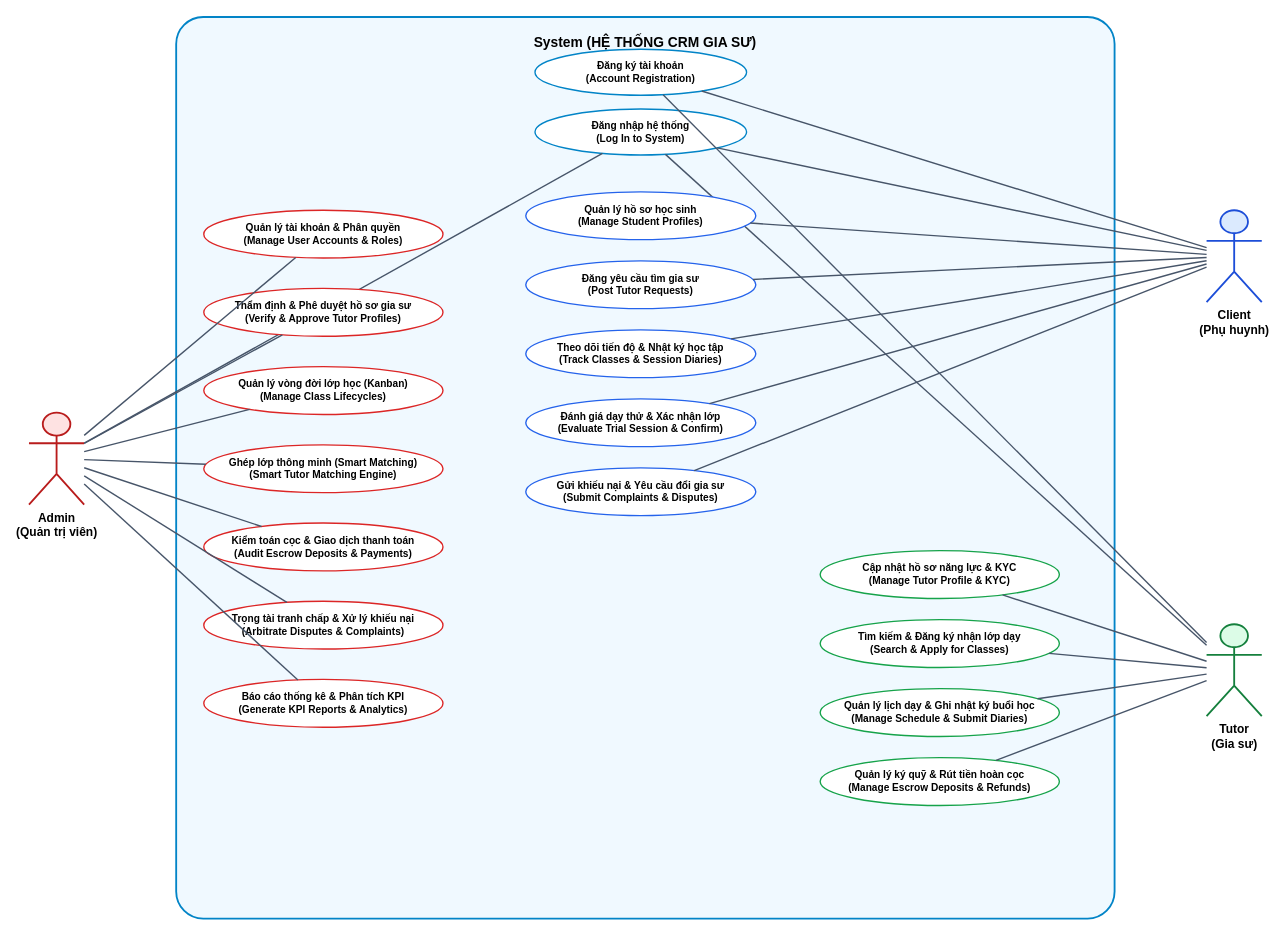
Earlier version of the draw.io diagram BieuDo_UseCase_TongQuat_CRMGiaSu.drawio (dung-0109/DATN_CRM_GIA_SU). Source tidied: cells renumbered, new cells numbered last; positions are measured from the earlier drawing's top-left corner, leaving out a move shared by most shapes. Both pictures are drawn from the tidied source at 92%, with x=0, y=0 at pixel (29, 17).
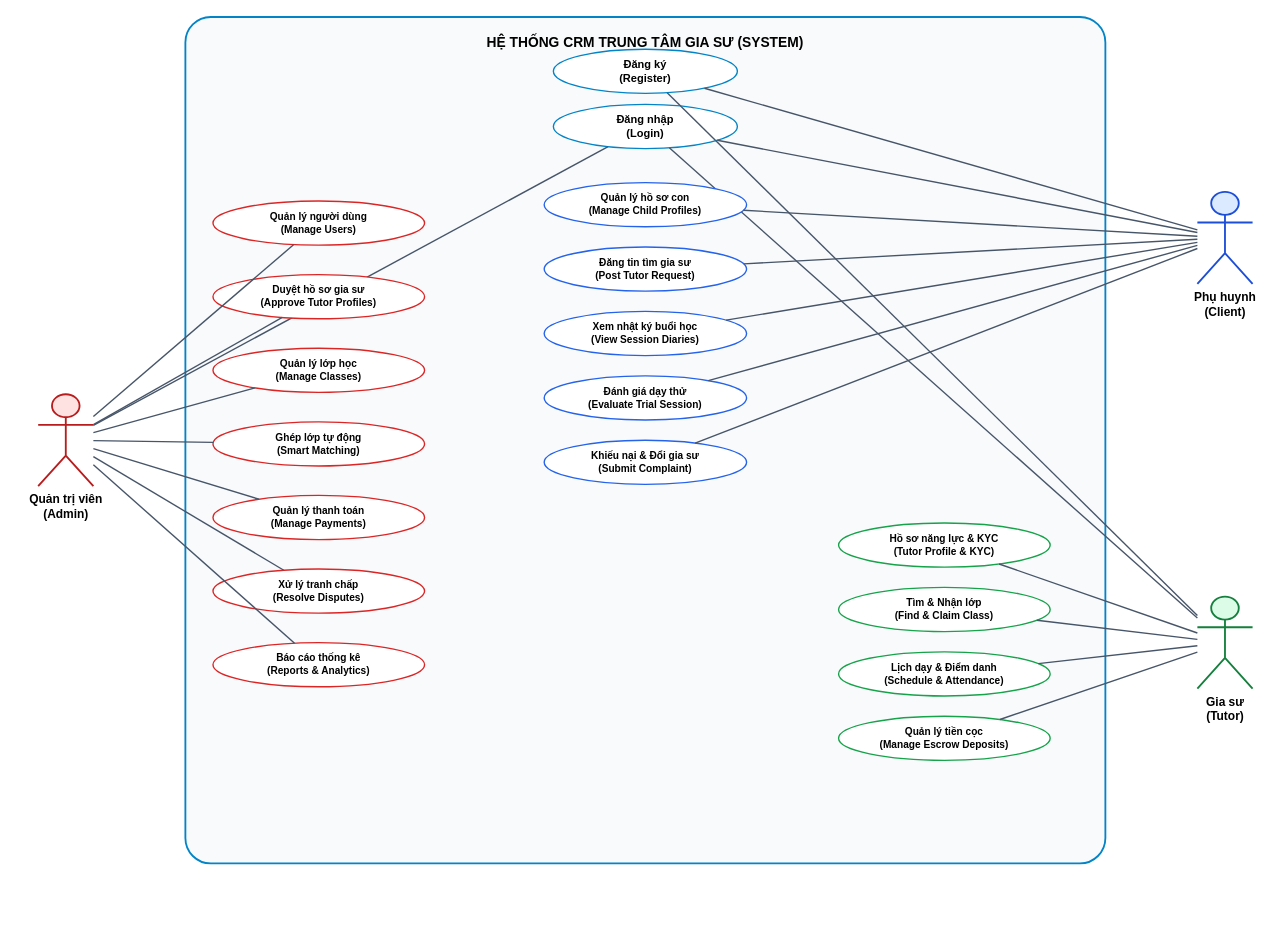
Above is the later version.

Commit message (it also covers changes not shown here):
refactor: tinh gon ten cac Use Case ngan gon, truc dien va de hieu

The edit, as a diff of the source:
```diff
@@
-    <mxCell id="2" value="System (HỆ THỐNG CRM GIA SƯ)" style="rounded=1;whiteSpace=wrap;html=1;arcSize=3;align=center;verticalAlign=top;fontSize=15;fontStyle=1;spacingTop=12;fillColor=#f0f9ff;strokeColor=#0284c7;strokeWidth=2;" parent="1" vertex="1">
-      <mxGeometry x="160" width="1020" height="980" as="geometry" />
+    <mxCell id="2" value="HỆ THỐNG CRM TRUNG TÂM GIA SƯ (SYSTEM)" style="rounded=1;whiteSpace=wrap;html=1;arcSize=3;align=center;verticalAlign=top;fontSize=15;fontStyle=1;spacingTop=12;fillColor=#f8fafc;strokeColor=#0284c7;strokeWidth=2;" parent="1" vertex="1">
+      <mxGeometry x="170" width="1000" height="920" as="geometry" />
     </mxCell>
-    <mxCell id="3" value="Admin&#10;(Quản trị viên)" style="shape=umlActor;verticalLabelPosition=bottom;verticalAlign=top;html=1;outlineConnect=0;fontStyle=1;fontSize=13;fillColor=#fee2e2;strokeColor=#b91c1c;strokeWidth=2;" parent="1" vertex="1">
-      <mxGeometry y="430" width="60" height="100" as="geometry" />
+    <mxCell id="3" value="Quản trị viên&#10;(Admin)" style="shape=umlActor;verticalLabelPosition=bottom;verticalAlign=top;html=1;outlineConnect=0;fontStyle=1;fontSize=13;fillColor=#fee2e2;strokeColor=#b91c1c;strokeWidth=2;" parent="1" vertex="1">
+      <mxGeometry x="10" y="410" width="60" height="100" as="geometry" />
     </mxCell>
-    <mxCell id="4" value="Client&#10;(Phụ huynh)" style="shape=umlActor;verticalLabelPosition=bottom;verticalAlign=top;html=1;outlineConnect=0;fontStyle=1;fontSize=13;fillColor=#dbeafe;strokeColor=#1d4ed8;strokeWidth=2;" parent="1" vertex="1">
-      <mxGeometry x="1280" y="210" width="60" height="100" as="geometry" />
+    <mxCell id="4" value="Phụ huynh&#10;(Client)" style="shape=umlActor;verticalLabelPosition=bottom;verticalAlign=top;html=1;outlineConnect=0;fontStyle=1;fontSize=13;fillColor=#dbeafe;strokeColor=#1d4ed8;strokeWidth=2;" parent="1" vertex="1">
+      <mxGeometry x="1270" y="190" width="60" height="100" as="geometry" />
     </mxCell>
-    <mxCell id="5" value="Tutor&#10;(Gia sư)" style="shape=umlActor;verticalLabelPosition=bottom;verticalAlign=top;html=1;outlineConnect=0;fontStyle=1;fontSize=13;fillColor=#dcfce7;strokeColor=#15803d;strokeWidth=2;" parent="1" vertex="1">
-      <mxGeometry x="1280" y="660" width="60" height="100" as="geometry" />
+    <mxCell id="5" value="Gia sư&#10;(Tutor)" style="shape=umlActor;verticalLabelPosition=bottom;verticalAlign=top;html=1;outlineConnect=0;fontStyle=1;fontSize=13;fillColor=#dcfce7;strokeColor=#15803d;strokeWidth=2;" parent="1" vertex="1">
+      <mxGeometry x="1270" y="630" width="60" height="100" as="geometry" />
     </mxCell>
-    <mxCell id="6" value="Đăng ký tài khoản&#10;(Account Registration)" style="ellipse;whiteSpace=wrap;html=1;fontSize=11;fontStyle=1;fillColor=#ffffff;strokeColor=#0284c7;strokeWidth=1.5;" parent="1" vertex="1">
-      <mxGeometry x="550" y="35" width="230" height="50" as="geometry" />
+    <mxCell id="6" value="Đăng ký&#10;(Register)" style="ellipse;whiteSpace=wrap;html=1;fontSize=12;fontStyle=1;fillColor=#ffffff;strokeColor=#0284c7;strokeWidth=1.5;" parent="1" vertex="1">
+      <mxGeometry x="570" y="35" width="200" height="48" as="geometry" />
     </mxCell>
-    <mxCell id="7" value="Đăng nhập hệ thống&#10;(Log In to System)" style="ellipse;whiteSpace=wrap;html=1;fontSize=11;fontStyle=1;fillColor=#ffffff;strokeColor=#0284c7;strokeWidth=1.5;" parent="1" vertex="1">
-      <mxGeometry x="550" y="100" width="230" height="50" as="geometry" />
+    <mxCell id="7" value="Đăng nhập&#10;(Login)" style="ellipse;whiteSpace=wrap;html=1;fontSize=12;fontStyle=1;fillColor=#ffffff;strokeColor=#0284c7;strokeWidth=1.5;" parent="1" vertex="1">
+      <mxGeometry x="570" y="95" width="200" height="48" as="geometry" />
     </mxCell>
@@
-    <mxCell id="13" value="Quản lý tài khoản &amp;amp; Phân quyền&#10;(Manage User Accounts &amp;amp; Roles)" style="ellipse;whiteSpace=wrap;html=1;fontSize=11;fontStyle=1;fillColor=#ffffff;strokeColor=#dc2626;strokeWidth=1.5;" parent="1" vertex="1">
-      <mxGeometry x="190" y="210" width="260" height="52" as="geometry" />
+    <mxCell id="13" value="Quản lý người dùng&#10;(Manage Users)" style="ellipse;whiteSpace=wrap;html=1;fontSize=11;fontStyle=1;fillColor=#ffffff;strokeColor=#dc2626;strokeWidth=1.5;" parent="1" vertex="1">
+      <mxGeometry x="200" y="200" width="230" height="48" as="geometry" />
     </mxCell>
-    <mxCell id="14" value="Thẩm định &amp;amp; Phê duyệt hồ sơ gia sư&#10;(Verify &amp;amp; Approve Tutor Profiles)" style="ellipse;whiteSpace=wrap;html=1;fontSize=11;fontStyle=1;fillColor=#ffffff;strokeColor=#dc2626;strokeWidth=1.5;" parent="1" vertex="1">
-      <mxGeometry x="190" y="295" width="260" height="52" as="geometry" />
+    <mxCell id="14" value="Duyệt hồ sơ gia sư&#10;(Approve Tutor Profiles)" style="ellipse;whiteSpace=wrap;html=1;fontSize=11;fontStyle=1;fillColor=#ffffff;strokeColor=#dc2626;strokeWidth=1.5;" parent="1" vertex="1">
+      <mxGeometry x="200" y="280" width="230" height="48" as="geometry" />
     </mxCell>
-    <mxCell id="15" value="Quản lý vòng đời lớp học (Kanban)&#10;(Manage Class Lifecycles)" style="ellipse;whiteSpace=wrap;html=1;fontSize=11;fontStyle=1;fillColor=#ffffff;strokeColor=#dc2626;strokeWidth=1.5;" parent="1" vertex="1">
-      <mxGeometry x="190" y="380" width="260" height="52" as="geometry" />
+    <mxCell id="15" value="Quản lý lớp học&#10;(Manage Classes)" style="ellipse;whiteSpace=wrap;html=1;fontSize=11;fontStyle=1;fillColor=#ffffff;strokeColor=#dc2626;strokeWidth=1.5;" parent="1" vertex="1">
+      <mxGeometry x="200" y="360" width="230" height="48" as="geometry" />
     </mxCell>
-    <mxCell id="16" value="Ghép lớp thông minh (Smart Matching)&#10;(Smart Tutor Matching Engine)" style="ellipse;whiteSpace=wrap;html=1;fontSize=11;fontStyle=1;fillColor=#ffffff;strokeColor=#dc2626;strokeWidth=1.5;" parent="1" vertex="1">
-      <mxGeometry x="190" y="465" width="260" height="52" as="geometry" />
+    <mxCell id="16" value="Ghép lớp tự động&#10;(Smart Matching)" style="ellipse;whiteSpace=wrap;html=1;fontSize=11;fontStyle=1;fillColor=#ffffff;strokeColor=#dc2626;strokeWidth=1.5;" parent="1" vertex="1">
+      <mxGeometry x="200" y="440" width="230" height="48" as="geometry" />
     </mxCell>
-    <mxCell id="17" value="Kiểm toán cọc &amp;amp; Giao dịch thanh toán&#10;(Audit Escrow Deposits &amp;amp; Payments)" style="ellipse;whiteSpace=wrap;html=1;fontSize=11;fontStyle=1;fillColor=#ffffff;strokeColor=#dc2626;strokeWidth=1.5;" parent="1" vertex="1">
-      <mxGeometry x="190" y="550" width="260" height="52" as="geometry" />
+    <mxCell id="17" value="Quản lý thanh toán&#10;(Manage Payments)" style="ellipse;whiteSpace=wrap;html=1;fontSize=11;fontStyle=1;fillColor=#ffffff;strokeColor=#dc2626;strokeWidth=1.5;" parent="1" vertex="1">
+      <mxGeometry x="200" y="520" width="230" height="48" as="geometry" />
     </mxCell>
-    <mxCell id="18" value="Trọng tài tranh chấp &amp;amp; Xử lý khiếu nại&#10;(Arbitrate Disputes &amp;amp; Complaints)" style="ellipse;whiteSpace=wrap;html=1;fontSize=11;fontStyle=1;fillColor=#ffffff;strokeColor=#dc2626;strokeWidth=1.5;" parent="1" vertex="1">
-      <mxGeometry x="190" y="635" width="260" height="52" as="geometry" />
+    <mxCell id="18" value="Xử lý tranh chấp&#10;(Resolve Disputes)" style="ellipse;whiteSpace=wrap;html=1;fontSize=11;fontStyle=1;fillColor=#ffffff;strokeColor=#dc2626;strokeWidth=1.5;" parent="1" vertex="1">
+      <mxGeometry x="200" y="600" width="230" height="48" as="geometry" />
     </mxCell>
-    <mxCell id="19" value="Báo cáo thống kê &amp;amp; Phân tích KPI&#10;(Generate KPI Reports &amp;amp; Analytics)" style="ellipse;whiteSpace=wrap;html=1;fontSize=11;fontStyle=1;fillColor=#ffffff;strokeColor=#dc2626;strokeWidth=1.5;" parent="1" vertex="1">
-      <mxGeometry x="190" y="720" width="260" height="52" as="geometry" />
+    <mxCell id="19" value="Báo cáo thống kê&#10;(Reports &amp;amp; Analytics)" style="ellipse;whiteSpace=wrap;html=1;fontSize=11;fontStyle=1;fillColor=#ffffff;strokeColor=#dc2626;strokeWidth=1.5;" parent="1" vertex="1">
+      <mxGeometry x="200" y="680" width="230" height="48" as="geometry" />
     </mxCell>
@@
-    <mxCell id="27" value="Quản lý hồ sơ học sinh&#10;(Manage Student Profiles)" style="ellipse;whiteSpace=wrap;html=1;fontSize=11;fontStyle=1;fillColor=#ffffff;strokeColor=#2563eb;strokeWidth=1.5;" parent="1" vertex="1">
-      <mxGeometry x="540" y="190" width="250" height="52" as="geometry" />
+    <mxCell id="27" value="Quản lý hồ sơ con&#10;(Manage Child Profiles)" style="ellipse;whiteSpace=wrap;html=1;fontSize=11;fontStyle=1;fillColor=#ffffff;strokeColor=#2563eb;strokeWidth=1.5;" parent="1" vertex="1">
+      <mxGeometry x="560" y="180" width="220" height="48" as="geometry" />
     </mxCell>
-    <mxCell id="28" value="Đăng yêu cầu tìm gia sư&#10;(Post Tutor Requests)" style="ellipse;whiteSpace=wrap;html=1;fontSize=11;fontStyle=1;fillColor=#ffffff;strokeColor=#2563eb;strokeWidth=1.5;" parent="1" vertex="1">
-      <mxGeometry x="540" y="265" width="250" height="52" as="geometry" />
+    <mxCell id="28" value="Đăng tin tìm gia sư&#10;(Post Tutor Request)" style="ellipse;whiteSpace=wrap;html=1;fontSize=11;fontStyle=1;fillColor=#ffffff;strokeColor=#2563eb;strokeWidth=1.5;" parent="1" vertex="1">
+      <mxGeometry x="560" y="250" width="220" height="48" as="geometry" />
     </mxCell>
-    <mxCell id="29" value="Theo dõi tiến độ &amp;amp; Nhật ký học tập&#10;(Track Classes &amp;amp; Session Diaries)" style="ellipse;whiteSpace=wrap;html=1;fontSize=11;fontStyle=1;fillColor=#ffffff;strokeColor=#2563eb;strokeWidth=1.5;" parent="1" vertex="1">
-      <mxGeometry x="540" y="340" width="250" height="52" as="geometry" />
+    <mxCell id="29" value="Xem nhật ký buổi học&#10;(View Session Diaries)" style="ellipse;whiteSpace=wrap;html=1;fontSize=11;fontStyle=1;fillColor=#ffffff;strokeColor=#2563eb;strokeWidth=1.5;" parent="1" vertex="1">
+      <mxGeometry x="560" y="320" width="220" height="48" as="geometry" />
     </mxCell>
-    <mxCell id="30" value="Đánh giá dạy thử &amp;amp; Xác nhận lớp&#10;(Evaluate Trial Session &amp;amp; Confirm)" style="ellipse;whiteSpace=wrap;html=1;fontSize=11;fontStyle=1;fillColor=#ffffff;strokeColor=#2563eb;strokeWidth=1.5;" parent="1" vertex="1">
-      <mxGeometry x="540" y="415" width="250" height="52" as="geometry" />
+    <mxCell id="30" value="Đánh giá dạy thử&#10;(Evaluate Trial Session)" style="ellipse;whiteSpace=wrap;html=1;fontSize=11;fontStyle=1;fillColor=#ffffff;strokeColor=#2563eb;strokeWidth=1.5;" parent="1" vertex="1">
+      <mxGeometry x="560" y="390" width="220" height="48" as="geometry" />
     </mxCell>
-    <mxCell id="31" value="Gửi khiếu nại &amp;amp; Yêu cầu đổi gia sư&#10;(Submit Complaints &amp;amp; Disputes)" style="ellipse;whiteSpace=wrap;html=1;fontSize=11;fontStyle=1;fillColor=#ffffff;strokeColor=#2563eb;strokeWidth=1.5;" parent="1" vertex="1">
-      <mxGeometry x="540" y="490" width="250" height="52" as="geometry" />
+    <mxCell id="31" value="Khiếu nại &amp;amp; Đổi gia sư&#10;(Submit Complaint)" style="ellipse;whiteSpace=wrap;html=1;fontSize=11;fontStyle=1;fillColor=#ffffff;strokeColor=#2563eb;strokeWidth=1.5;" parent="1" vertex="1">
+      <mxGeometry x="560" y="460" width="220" height="48" as="geometry" />
     </mxCell>
@@
-    <mxCell id="37" value="Cập nhật hồ sơ năng lực &amp;amp; KYC&#10;(Manage Tutor Profile &amp;amp; KYC)" style="ellipse;whiteSpace=wrap;html=1;fontSize=11;fontStyle=1;fillColor=#ffffff;strokeColor=#16a34a;strokeWidth=1.5;" parent="1" vertex="1">
-      <mxGeometry x="860" y="580" width="260" height="52" as="geometry" />
+    <mxCell id="37" value="Hồ sơ năng lực &amp;amp; KYC&#10;(Tutor Profile &amp;amp; KYC)" style="ellipse;whiteSpace=wrap;html=1;fontSize=11;fontStyle=1;fillColor=#ffffff;strokeColor=#16a34a;strokeWidth=1.5;" parent="1" vertex="1">
+      <mxGeometry x="880" y="550" width="230" height="48" as="geometry" />
     </mxCell>
-    <mxCell id="38" value="Tìm kiếm &amp;amp; Đăng ký nhận lớp dạy&#10;(Search &amp;amp; Apply for Classes)" style="ellipse;whiteSpace=wrap;html=1;fontSize=11;fontStyle=1;fillColor=#ffffff;strokeColor=#16a34a;strokeWidth=1.5;" parent="1" vertex="1">
-      <mxGeometry x="860" y="655" width="260" height="52" as="geometry" />
+    <mxCell id="38" value="Tìm &amp;amp; Nhận lớp&#10;(Find &amp;amp; Claim Class)" style="ellipse;whiteSpace=wrap;html=1;fontSize=11;fontStyle=1;fillColor=#ffffff;strokeColor=#16a34a;strokeWidth=1.5;" parent="1" vertex="1">
+      <mxGeometry x="880" y="620" width="230" height="48" as="geometry" />
     </mxCell>
-    <mxCell id="39" value="Quản lý lịch dạy &amp;amp; Ghi nhật ký buổi học&#10;(Manage Schedule &amp;amp; Submit Diaries)" style="ellipse;whiteSpace=wrap;html=1;fontSize=11;fontStyle=1;fillColor=#ffffff;strokeColor=#16a34a;strokeWidth=1.5;" parent="1" vertex="1">
-      <mxGeometry x="860" y="730" width="260" height="52" as="geometry" />
+    <mxCell id="39" value="Lịch dạy &amp;amp; Điểm danh&#10;(Schedule &amp;amp; Attendance)" style="ellipse;whiteSpace=wrap;html=1;fontSize=11;fontStyle=1;fillColor=#ffffff;strokeColor=#16a34a;strokeWidth=1.5;" parent="1" vertex="1">
+      <mxGeometry x="880" y="690" width="230" height="48" as="geometry" />
     </mxCell>
-    <mxCell id="40" value="Quản lý ký quỹ &amp;amp; Rút tiền hoàn cọc&#10;(Manage Escrow Deposits &amp;amp; Refunds)" style="ellipse;whiteSpace=wrap;html=1;fontSize=11;fontStyle=1;fillColor=#ffffff;strokeColor=#16a34a;strokeWidth=1.5;" parent="1" vertex="1">
-      <mxGeometry x="860" y="805" width="260" height="52" as="geometry" />
+    <mxCell id="40" value="Quản lý tiền cọc&#10;(Manage Escrow Deposits)" style="ellipse;whiteSpace=wrap;html=1;fontSize=11;fontStyle=1;fillColor=#ffffff;strokeColor=#16a34a;strokeWidth=1.5;" parent="1" vertex="1">
+      <mxGeometry x="880" y="760" width="230" height="48" as="geometry" />
     </mxCell>
```
